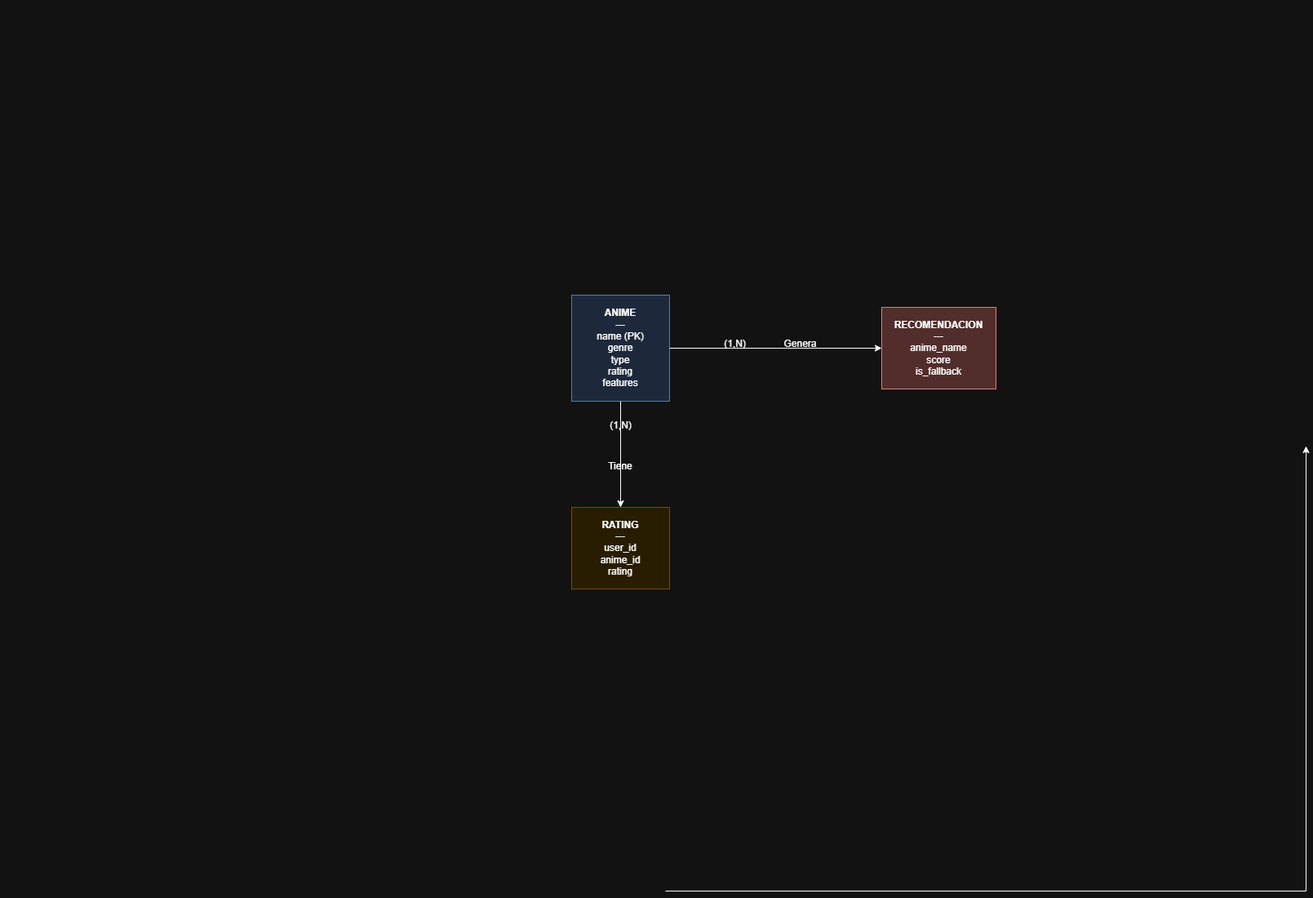
Before: diagrams/E-R.drawio.png, a diagram exported from draw.io (Mohaaa7/RecomendadorAnime). Source tidied: cells renumbered, new cells last; positions are measured from the earlier drawing's top-left corner, leaving out a move shared by most shapes. Its diagram source:
```xml
<mxGraphModel>
  <root>
    <mxCell id="0" />
    <mxCell id="1" parent="0" />
    <mxCell id="2" value="&#10;  &#10;    &#10;      &#10;        &#10;        &#10;        &#10;        &#10;        &#10;          &#10;        &#10;        &#10;        &#10;        &#10;          &#10;        &#10;        &#10;        &#10;        &#10;          &#10;        &#10;        &#10;        &#10;        &#10;          &#10;        &#10;        &#10;        &#10;        &#10;          &#10;            &#10;            &#10;          &#10;        &#10;        &#10;          &#10;        &#10;        &#10;        &#10;        &#10;          &#10;            &#10;            &#10;          &#10;        &#10;        &#10;          &#10;        &#10;        &#10;        &#10;        &#10;          &#10;            &#10;            &#10;          &#10;        &#10;        &#10;          &#10;        &#10;        &#10;        &#10;        &#10;          &#10;            &#10;          &#10;        &#10;        &#10;          &#10;            &#10;          &#10;        &#10;      &#10;    &#10;  &#10;" style="text;whiteSpace=wrap;html=1;" parent="1" vertex="1">
      <mxGeometry y="1" width="30" height="1090" as="geometry" />
    </mxCell>
    <mxCell id="3" style="edgeStyle=orthogonalEdgeStyle;rounded=0;orthogonalLoop=1;jettySize=auto;html=1;" parent="1" edge="1">
      <mxGeometry relative="1" as="geometry">
        <mxPoint x="815" y="1091" as="sourcePoint" />
        <mxPoint x="1600" y="546" as="targetPoint" />
      </mxGeometry>
    </mxCell>
    <mxCell id="4" value="&#10;  &#10;    &#10;      &#10;        &#10;        &#10;        &#10;        &#10;        &#10;          &#10;        &#10;        &#10;        &#10;        &#10;          &#10;        &#10;        &#10;        &#10;        &#10;          &#10;        &#10;        &#10;        &#10;        &#10;          &#10;        &#10;        &#10;        &#10;        &#10;          &#10;            &#10;            &#10;          &#10;        &#10;        &#10;          &#10;        &#10;        &#10;        &#10;        &#10;          &#10;            &#10;            &#10;          &#10;        &#10;        &#10;          &#10;        &#10;        &#10;        &#10;        &#10;          &#10;            &#10;            &#10;          &#10;        &#10;        &#10;          &#10;        &#10;        &#10;        &#10;        &#10;          &#10;            &#10;          &#10;        &#10;        &#10;          &#10;            &#10;          &#10;        &#10;      &#10;    &#10;  &#10;" style="text;whiteSpace=wrap;html=1;" parent="1" vertex="1">
      <mxGeometry width="30" height="1090" as="geometry" />
    </mxCell>
    <mxCell id="5" value="&lt;b&gt;ANIME&lt;/b&gt;&lt;br&gt;---&lt;br&gt;name (PK)&lt;br&gt;genre&lt;br&gt;type&lt;br&gt;rating&lt;br&gt;features" style="rounded=0;whiteSpace=wrap;html=1;fillColor=#dae8fc;strokeColor=#6c8ebf;" parent="1" vertex="1">
      <mxGeometry x="700" y="361" width="120" height="130" as="geometry" />
    </mxCell>
    <mxCell id="6" value="&lt;b&gt;RATING&lt;/b&gt;&lt;br&gt;---&lt;br&gt;user_id&lt;br&gt;anime_id&lt;br&gt;rating" style="rounded=0;whiteSpace=wrap;html=1;fillColor=#fff2cc;strokeColor=#d6b656;" parent="1" vertex="1">
      <mxGeometry x="700" y="621" width="120" height="100" as="geometry" />
    </mxCell>
    <mxCell id="7" value="&lt;b&gt;RECOMENDACION&lt;/b&gt;&lt;br&gt;---&lt;br&gt;anime_name&lt;br&gt;score&lt;br&gt;is_fallback" style="rounded=0;whiteSpace=wrap;html=1;fillColor=#f8cecc;strokeColor=#b85450;" parent="1" vertex="1">
      <mxGeometry x="1080" y="376" width="140" height="100" as="geometry" />
    </mxCell>
    <mxCell id="8" style="endArrow=classic;html=1;rounded=0;" parent="1" edge="1" source="5" target="6">
      <mxGeometry relative="1" as="geometry" />
    </mxCell>
    <mxCell id="9" value="(1,N)" style="text;html=1;align=center;verticalAlign=middle;" parent="1" vertex="1">
      <mxGeometry x="740" y="511" width="40" height="20" as="geometry" />
    </mxCell>
    <mxCell id="10" style="endArrow=classic;html=1;rounded=0;" parent="1" edge="1" source="5" target="7">
      <mxGeometry relative="1" as="geometry" />
    </mxCell>
    <mxCell id="11" value="(1,N)" style="text;html=1;align=center;verticalAlign=middle;" parent="1" vertex="1">
      <mxGeometry x="880" y="411" width="40" height="20" as="geometry" />
    </mxCell>
    <mxCell id="12" value="Genera" style="text;html=1;align=center;verticalAlign=middle;" parent="1" vertex="1">
      <mxGeometry x="950" y="411" width="60" height="20" as="geometry" />
    </mxCell>
    <mxCell id="13" value="Tiene" style="text;html=1;whiteSpace=wrap;strokeColor=none;fillColor=none;align=center;verticalAlign=middle;rounded=0;" parent="1" vertex="1">
      <mxGeometry x="730" y="556" width="60" height="30" as="geometry" />
    </mxCell>
  </root>
</mxGraphModel>
```
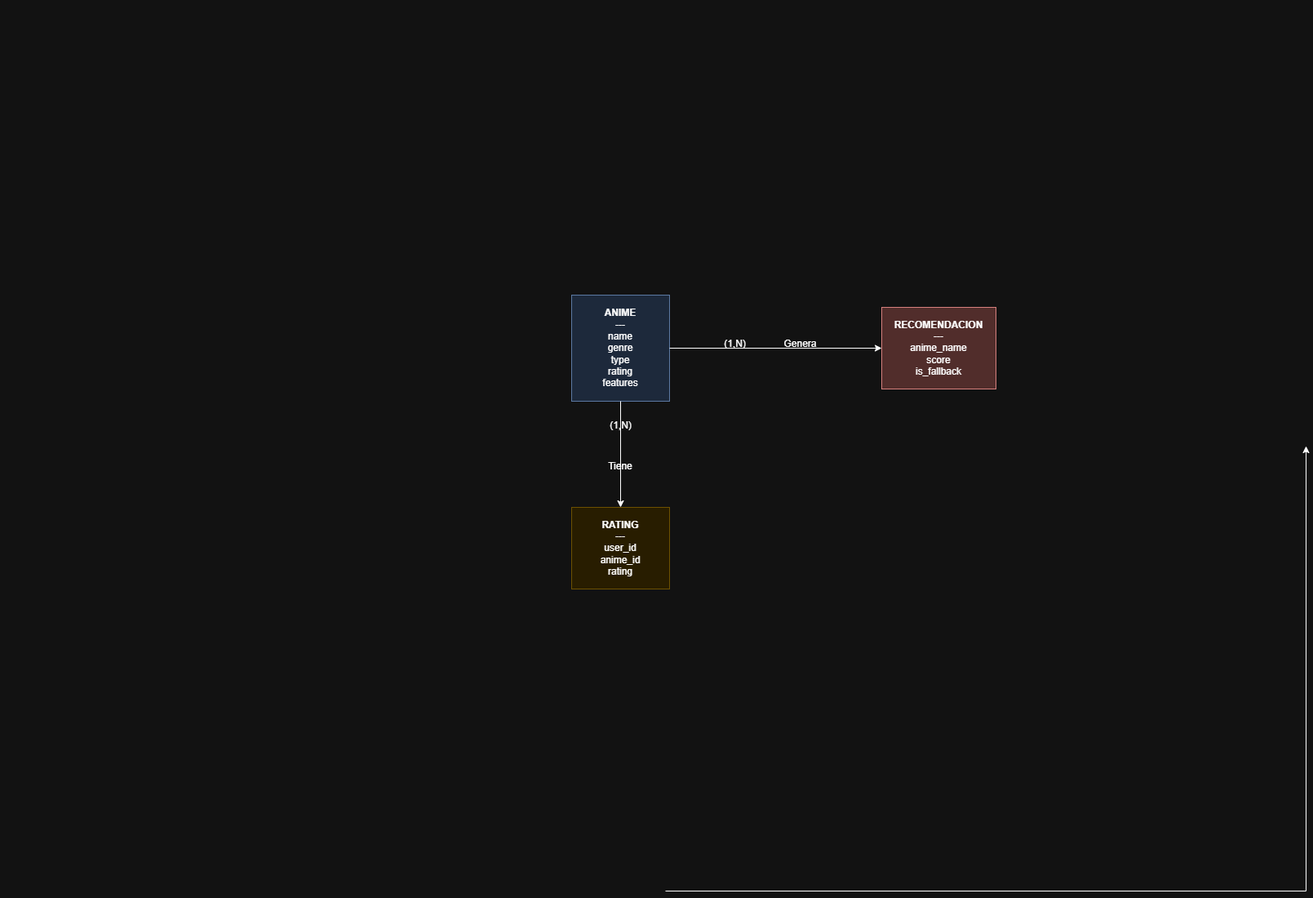
After the change.

What changed in the source:
```diff
@@ -14,7 +14,7 @@
     <mxCell id="4" value="&#10;  &#10;    &#10;      &#10;        &#10;        &#10;        &#10;        &#10;        &#10;          &#10;        &#10;        &#10;        &#10;        &#10;          &#10;        &#10;        &#10;        &#10;        &#10;          &#10;        &#10;        &#10;        &#10;        &#10;          &#10;        &#10;        &#10;        &#10;        &#10;          &#10;            &#10;            &#10;          &#10;        &#10;        &#10;          &#10;        &#10;        &#10;        &#10;        &#10;          &#10;            &#10;            &#10;          &#10;        &#10;        &#10;          &#10;        &#10;        &#10;        &#10;        &#10;          &#10;            &#10;            &#10;          &#10;        &#10;        &#10;          &#10;        &#10;        &#10;        &#10;        &#10;          &#10;            &#10;          &#10;        &#10;        &#10;          &#10;            &#10;          &#10;        &#10;      &#10;    &#10;  &#10;" style="text;whiteSpace=wrap;html=1;" parent="1" vertex="1">
       <mxGeometry width="30" height="1090" as="geometry" />
     </mxCell>
-    <mxCell id="5" value="&lt;b&gt;ANIME&lt;/b&gt;&lt;br&gt;---&lt;br&gt;name (PK)&lt;br&gt;genre&lt;br&gt;type&lt;br&gt;rating&lt;br&gt;features" style="rounded=0;whiteSpace=wrap;html=1;fillColor=#dae8fc;strokeColor=#6c8ebf;" parent="1" vertex="1">
+    <mxCell id="5" value="&lt;b&gt;ANIME&lt;/b&gt;&lt;br&gt;---&lt;br&gt;name&lt;br&gt;genre&lt;br&gt;type&lt;br&gt;rating&lt;br&gt;features" style="rounded=0;whiteSpace=wrap;html=1;fillColor=#dae8fc;strokeColor=#6c8ebf;" parent="1" vertex="1">
       <mxGeometry x="700" y="361" width="120" height="130" as="geometry" />
     </mxCell>
     <mxCell id="6" value="&lt;b&gt;RATING&lt;/b&gt;&lt;br&gt;---&lt;br&gt;user_id&lt;br&gt;anime_id&lt;br&gt;rating" style="rounded=0;whiteSpace=wrap;html=1;fillColor=#fff2cc;strokeColor=#d6b656;" parent="1" vertex="1">
```
